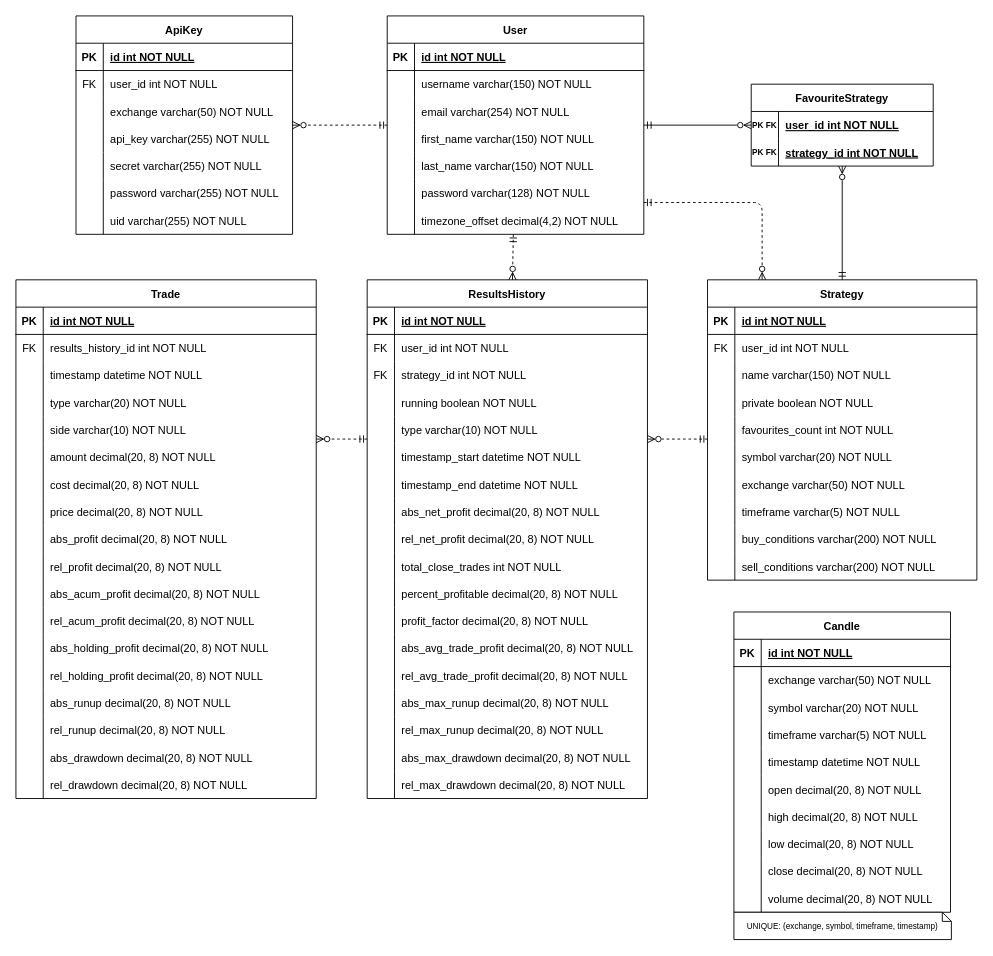
Above: docs/ERD.drawio in pgr866/Stratify (draw.io), before the change. Source tidied: cells renumbered, new cells numbered last; positions are measured from the earlier drawing's top-left corner, leaving out a move shared by most shapes. Both pictures are drawn from the tidied source at 91%, with x=0, y=0 at pixel (15, 15).
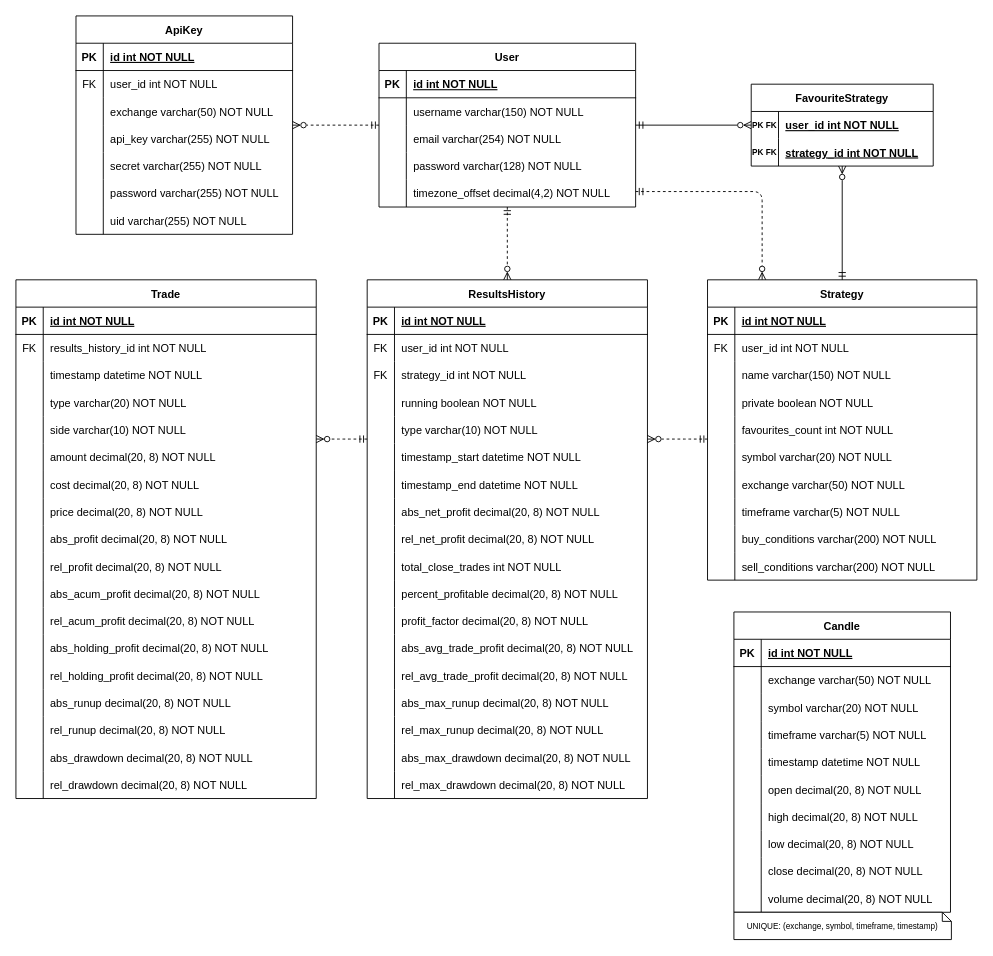
The same diagram, later.

Unchanged cells that the change refers to:
```xml
<mxCell id="3" value="Strategy" style="shape=table;startSize=30;childLayout=tableLayout;rowLines=0;fontStyle=1;align=center;" parent="1" vertex="1">
  <mxGeometry x="760" y="290" width="296" height="330" as="geometry" />
</mxCell>
```

Diff of the diagram source:
```diff
@@
     <mxCell id="2" style="endArrow=ERzeroToMany;startArrow=ERmandOne;endFill=0;startFill=0;edgeStyle=orthogonalEdgeStyle;dashed=1;" parent="1" edge="1" source="34" target="3">
       <mxGeometry relative="1" as="geometry">
         <Array as="points">
-          <mxPoint x="820" y="205" />
+          <mxPoint x="820" y="193" />
         </Array>
       </mxGeometry>
     </mxCell>
@@
     <mxCell id="34" value="User" style="shape=table;startSize=30;childLayout=tableLayout;rowLines=0;fontStyle=1;align=center;" parent="1" vertex="1">
-      <mxGeometry x="408" width="282" height="240" as="geometry" />
+      <mxGeometry x="399" y="30" width="282" height="180" as="geometry" />
     </mxCell>
@@
-    <mxCell id="44" style="shape=partialRectangle;fillColor=none;top=0;left=0;right=0;bottom=0;" parent="34" vertex="1">
-      <mxGeometry y="120" width="282" height="30" as="geometry" />
-    </mxCell>
-    <mxCell id="45" style="shape=partialRectangle;overflow=hidden;fillColor=none;top=0;left=0;bottom=0;right=0;" parent="44" vertex="1">
-      <mxGeometry width="30" height="30" as="geometry" />
-    </mxCell>
-    <mxCell id="46" value="first_name varchar(150) NOT NULL" style="shape=partialRectangle;overflow=hidden;fillColor=none;top=0;left=0;bottom=0;right=0;align=left;spacingLeft=6;" parent="44" vertex="1">
-      <mxGeometry x="30" width="252" height="30" as="geometry" />
-    </mxCell>
-    <mxCell id="47" style="shape=partialRectangle;fillColor=none;top=0;left=0;right=0;bottom=0;" parent="34" vertex="1">
-      <mxGeometry y="150" width="282" height="30" as="geometry" />
-    </mxCell>
-    <mxCell id="48" style="shape=partialRectangle;overflow=hidden;fillColor=none;top=0;left=0;bottom=0;right=0;" parent="47" vertex="1">
-      <mxGeometry width="30" height="30" as="geometry" />
-    </mxCell>
-    <mxCell id="49" value="last_name varchar(150) NOT NULL" style="shape=partialRectangle;overflow=hidden;fillColor=none;top=0;left=0;bottom=0;right=0;align=left;spacingLeft=6;" parent="47" vertex="1">
-      <mxGeometry x="30" width="252" height="30" as="geometry" />
-    </mxCell>
     <mxCell id="50" style="shape=partialRectangle;fillColor=none;top=0;left=0;right=0;bottom=0;" parent="34" vertex="1">
-      <mxGeometry y="180" width="282" height="30" as="geometry" />
+      <mxGeometry y="120" width="282" height="30" as="geometry" />
     </mxCell>
@@
     <mxCell id="53" style="shape=partialRectangle;fillColor=none;top=0;left=0;right=0;bottom=0;" parent="34" vertex="1">
-      <mxGeometry y="210" width="282" height="30" as="geometry" />
+      <mxGeometry y="150" width="282" height="30" as="geometry" />
     </mxCell>
```
